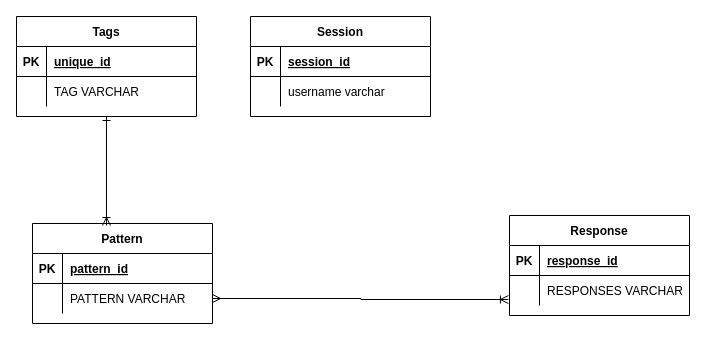
Above: DB diagram.drawio in HaseebSheikh417/FYP-Chatbot (draw.io), before the change. Source tidied: cells renumbered, new cells numbered last; positions are measured from the earlier drawing's top-left corner, leaving out a move shared by most shapes. Both pictures are drawn from the tidied source at 100%, with x=0, y=0 at pixel (16, 16).
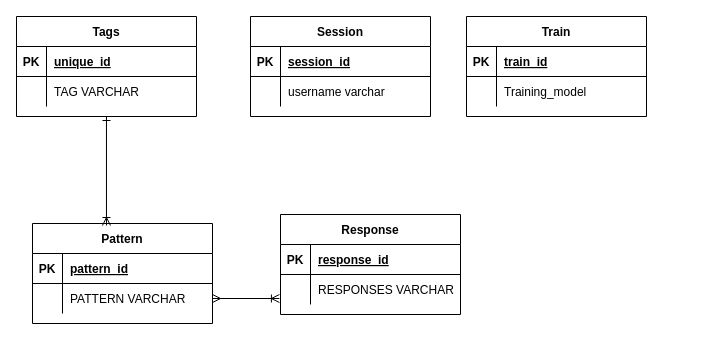
Above is the later version.

Change to the diagram source:
```diff
@@
     <mxCell id="17" value="Response" style="shape=table;startSize=30;childLayout=tableLayout;rowLines=0;fontStyle=1;align=center;" parent="1" vertex="1">
-      <mxGeometry x="493" y="199" width="180" height="100" as="geometry" />
+      <mxGeometry x="264" y="198" width="180" height="100" as="geometry" />
     </mxCell>
@@
+    <mxCell id="32" value="Train" style="shape=table;startSize=30;childLayout=tableLayout;rowLines=0;fontStyle=1;align=center;" parent="1" vertex="1">
+      <mxGeometry x="450" width="180" height="100" as="geometry" />
+    </mxCell>
+    <mxCell id="33" style="shape=partialRectangle;fillColor=none;top=0;left=0;bottom=1;right=0;" parent="32" vertex="1">
+      <mxGeometry y="30" width="180" height="30" as="geometry" />
+    </mxCell>
+    <mxCell id="34" value="PK" style="shape=partialRectangle;fillColor=none;top=0;left=0;bottom=0;right=0;fontStyle=1;overflow=hidden;" parent="33" vertex="1">
+      <mxGeometry width="30" height="30" as="geometry" />
+    </mxCell>
+    <mxCell id="35" value="train_id" style="shape=partialRectangle;fillColor=none;top=0;left=0;bottom=0;right=0;align=left;spacingLeft=6;fontStyle=5;overflow=hidden;" parent="33" vertex="1">
+      <mxGeometry x="30" width="150" height="30" as="geometry" />
+    </mxCell>
+    <mxCell id="36" style="shape=partialRectangle;fillColor=none;top=0;left=0;bottom=0;right=0;" parent="32" vertex="1">
+      <mxGeometry y="60" width="180" height="30" as="geometry" />
+    </mxCell>
+    <mxCell id="37" style="shape=partialRectangle;fillColor=none;top=0;left=0;bottom=0;right=0;overflow=hidden;" parent="36" vertex="1">
+      <mxGeometry width="30" height="30" as="geometry" />
+    </mxCell>
+    <mxCell id="38" value="Training_model" style="shape=partialRectangle;fillColor=none;top=0;left=0;bottom=0;right=0;align=left;spacingLeft=6;overflow=hidden;" parent="36" vertex="1">
+      <mxGeometry x="30" width="150" height="30" as="geometry" />
+    </mxCell>
```
